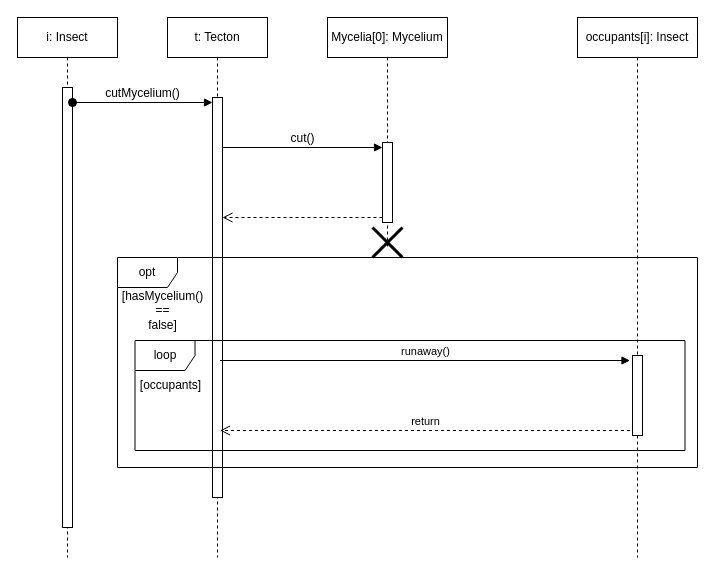
Above: page "InsectCut" (10 of 12) of Szekvencia_Diagrammok.drawio in koharzsombor/bandITs (draw.io), before the change. Source tidied: cells renumbered, new cells numbered last; positions are measured from the earlier drawing's top-left corner, leaving out a move shared by most shapes. Both pictures are drawn from the tidied source at 100%, with x=0, y=0 at pixel (17, 17).
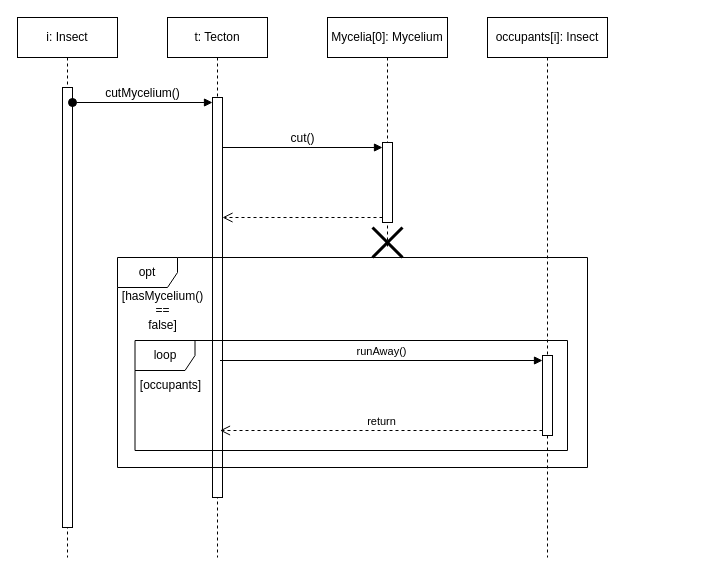
The same page after the edit.

Unchanged cells that the change refers to:
```xml
<mxCell id="12" style="html=1;points=[[0,0,0,0,5],[0,1,0,0,-5],[1,0,0,0,5],[1,1,0,0,-5]];perimeter=orthogonalPerimeter;outlineConnect=0;targetShapes=umlLifeline;portConstraint=eastwest;newEdgeStyle={&quot;curved&quot;:0,&quot;rounded&quot;:0};" parent="11" vertex="1">
  <mxGeometry x="55" y="338" width="10" height="80" as="geometry" />
</mxCell>
```

What changed in the source:
```diff
@@
     <mxCell id="9" value="loop" style="shape=umlFrame;whiteSpace=wrap;html=1;" parent="1" vertex="1">
-      <mxGeometry x="117.5" y="323" width="550" height="110" as="geometry" />
+      <mxGeometry x="117.5" y="323" width="432.5" height="110" as="geometry" />
     </mxCell>
@@
     <mxCell id="11" value="occupants[i]: Insect" style="shape=umlLifeline;perimeter=lifelinePerimeter;whiteSpace=wrap;html=1;newEdgeStyle={&quot;curved&quot;:0,&quot;rounded&quot;:0};" parent="1" vertex="1">
-      <mxGeometry x="560" width="120" height="540" as="geometry" />
+      <mxGeometry x="470" width="120" height="540" as="geometry" />
     </mxCell>
@@
-    <mxCell id="13" value="runaway()" style="html=1;verticalAlign=bottom;endArrow=block;curved=0;rounded=0;entryX=0;entryY=0;entryDx=0;entryDy=5;" parent="1" edge="1">
+    <mxCell id="13" value="runAway()" style="html=1;verticalAlign=bottom;endArrow=block;curved=0;rounded=0;" parent="1" edge="1" target="12">
       <mxGeometry relative="1" as="geometry">
         <mxPoint x="202.5" y="343" as="sourcePoint" />
-        <mxPoint x="612.5" y="343" as="targetPoint" />
       </mxGeometry>
     </mxCell>
-    <mxCell id="14" value="return" style="html=1;verticalAlign=bottom;endArrow=open;dashed=1;endSize=8;curved=0;rounded=0;exitX=0;exitY=1;exitDx=0;exitDy=-5;" parent="1" edge="1">
+    <mxCell id="14" value="return" style="html=1;verticalAlign=bottom;endArrow=open;dashed=1;endSize=8;curved=0;rounded=0;" parent="1" edge="1" source="12">
       <mxGeometry relative="1" as="geometry">
-        <mxPoint x="612.5" y="413" as="sourcePoint" />
         <mxPoint x="202.5" y="413" as="targetPoint" />
       </mxGeometry>
     </mxCell>
@@
     <mxCell id="18" value="opt" style="shape=umlFrame;whiteSpace=wrap;html=1;" parent="1" vertex="1">
-      <mxGeometry x="100" y="240" width="580" height="210" as="geometry" />
+      <mxGeometry x="100" y="240" width="470" height="210" as="geometry" />
     </mxCell>
```
